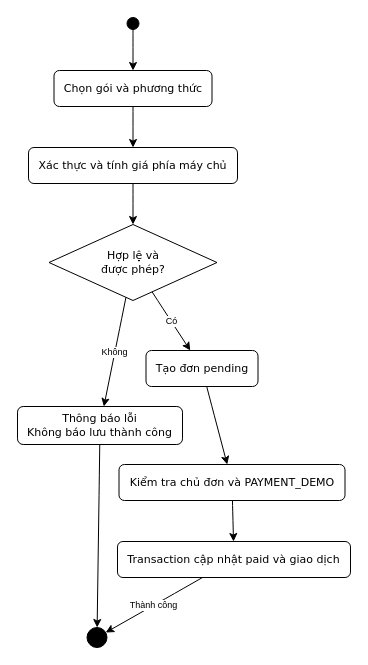
The draw.io diagram docs/so-do/ACT_UC08.drawio in YiTang-159/CNPM, before the edit. Source tidied: cells renumbered, new cells numbered last; positions are measured from the earlier drawing's top-left corner, leaving out a move shared by most shapes. Both pictures are drawn from the tidied source at 100%, with x=0, y=0 at pixel (17, 17).
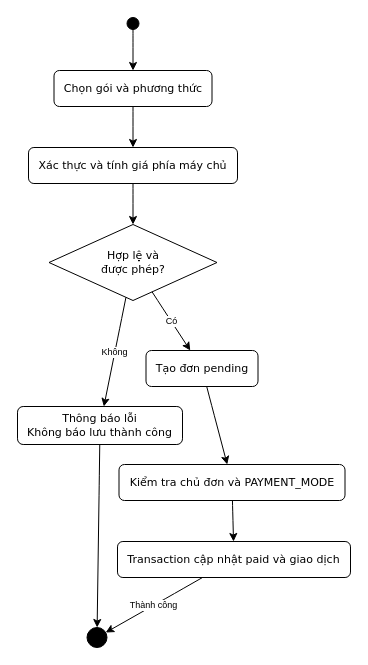
The same diagram, later.

The edit, as a diff of the source:
```diff
@@
-    <mxCell id="9" value="Kiểm tra chủ đơn và PAYMENT_DEMO" style="rounded=1;whiteSpace=wrap;html=1;fillColor=#ffffff;strokeColor=#000000;fontColor=#000000;fontFamily=DejaVu Sans;fontSize=11;" parent="1" vertex="1">
+    <mxCell id="9" value="Kiểm tra chủ đơn và PAYMENT_MODE" style="rounded=1;whiteSpace=wrap;html=1;fillColor=#ffffff;strokeColor=#000000;fontColor=#000000;fontFamily=DejaVu Sans;fontSize=11;" parent="1" vertex="1">
       <mxGeometry x="101.5" y="447" width="226" height="36" as="geometry" />
     </mxCell>
```
